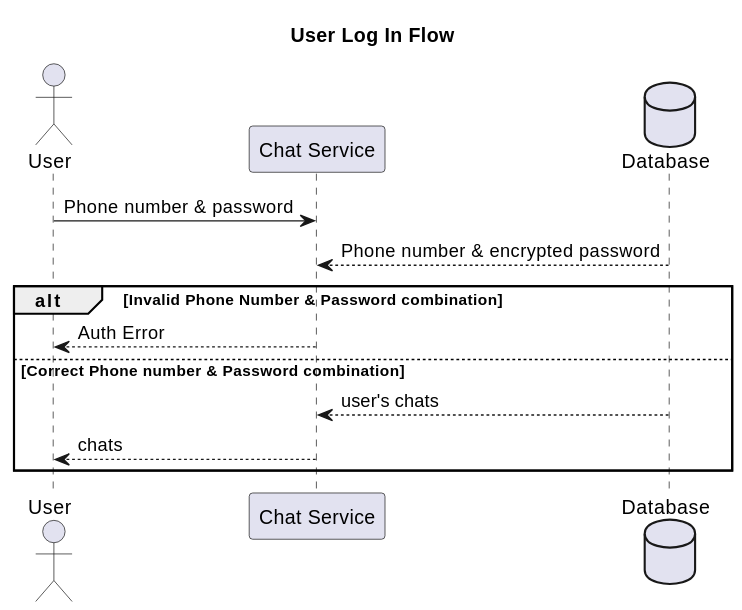
This is topics/architecture/2025-07_Chat_Messaging_Platform/solutions/lisa-gold/diagrams/svg/user_log_in.svg from holtzilya2008/my-code, a PlantUML export, as it was before one commit.
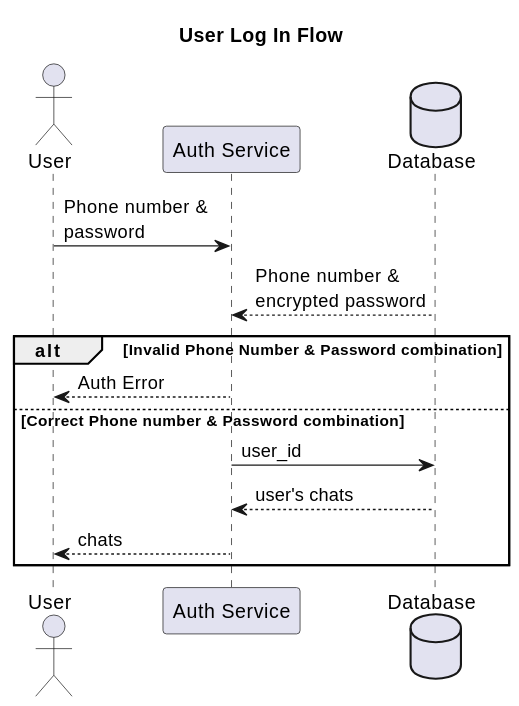
Later version of the same file.

Diff of the diagram source:
```diff
@@ -2,16 +2,17 @@
 title User Log In Flow
 
 actor User as User
-participant "Chat Service" as ChatService
+participant "Auth Service" as AuthService
 database "Database" as DB
 
-User -> ChatService: Phone number & password
-DB --> ChatService: Phone number & encrypted password
+User -> AuthService: Phone number &\npassword
+DB --> AuthService: Phone number &\nencrypted password
 
 alt Invalid Phone Number & Password combination
-    ChatService --> User: Auth Error
+    AuthService --> User: Auth Error
 else Correct Phone number & Password combination
-    DB --> ChatService: user's chats
-    ChatService --> User: chats
+    AuthService -> DB: user_id
+    DB --> AuthService: user's chats
+    AuthService --> User: chats
 end
 @enduml
```
